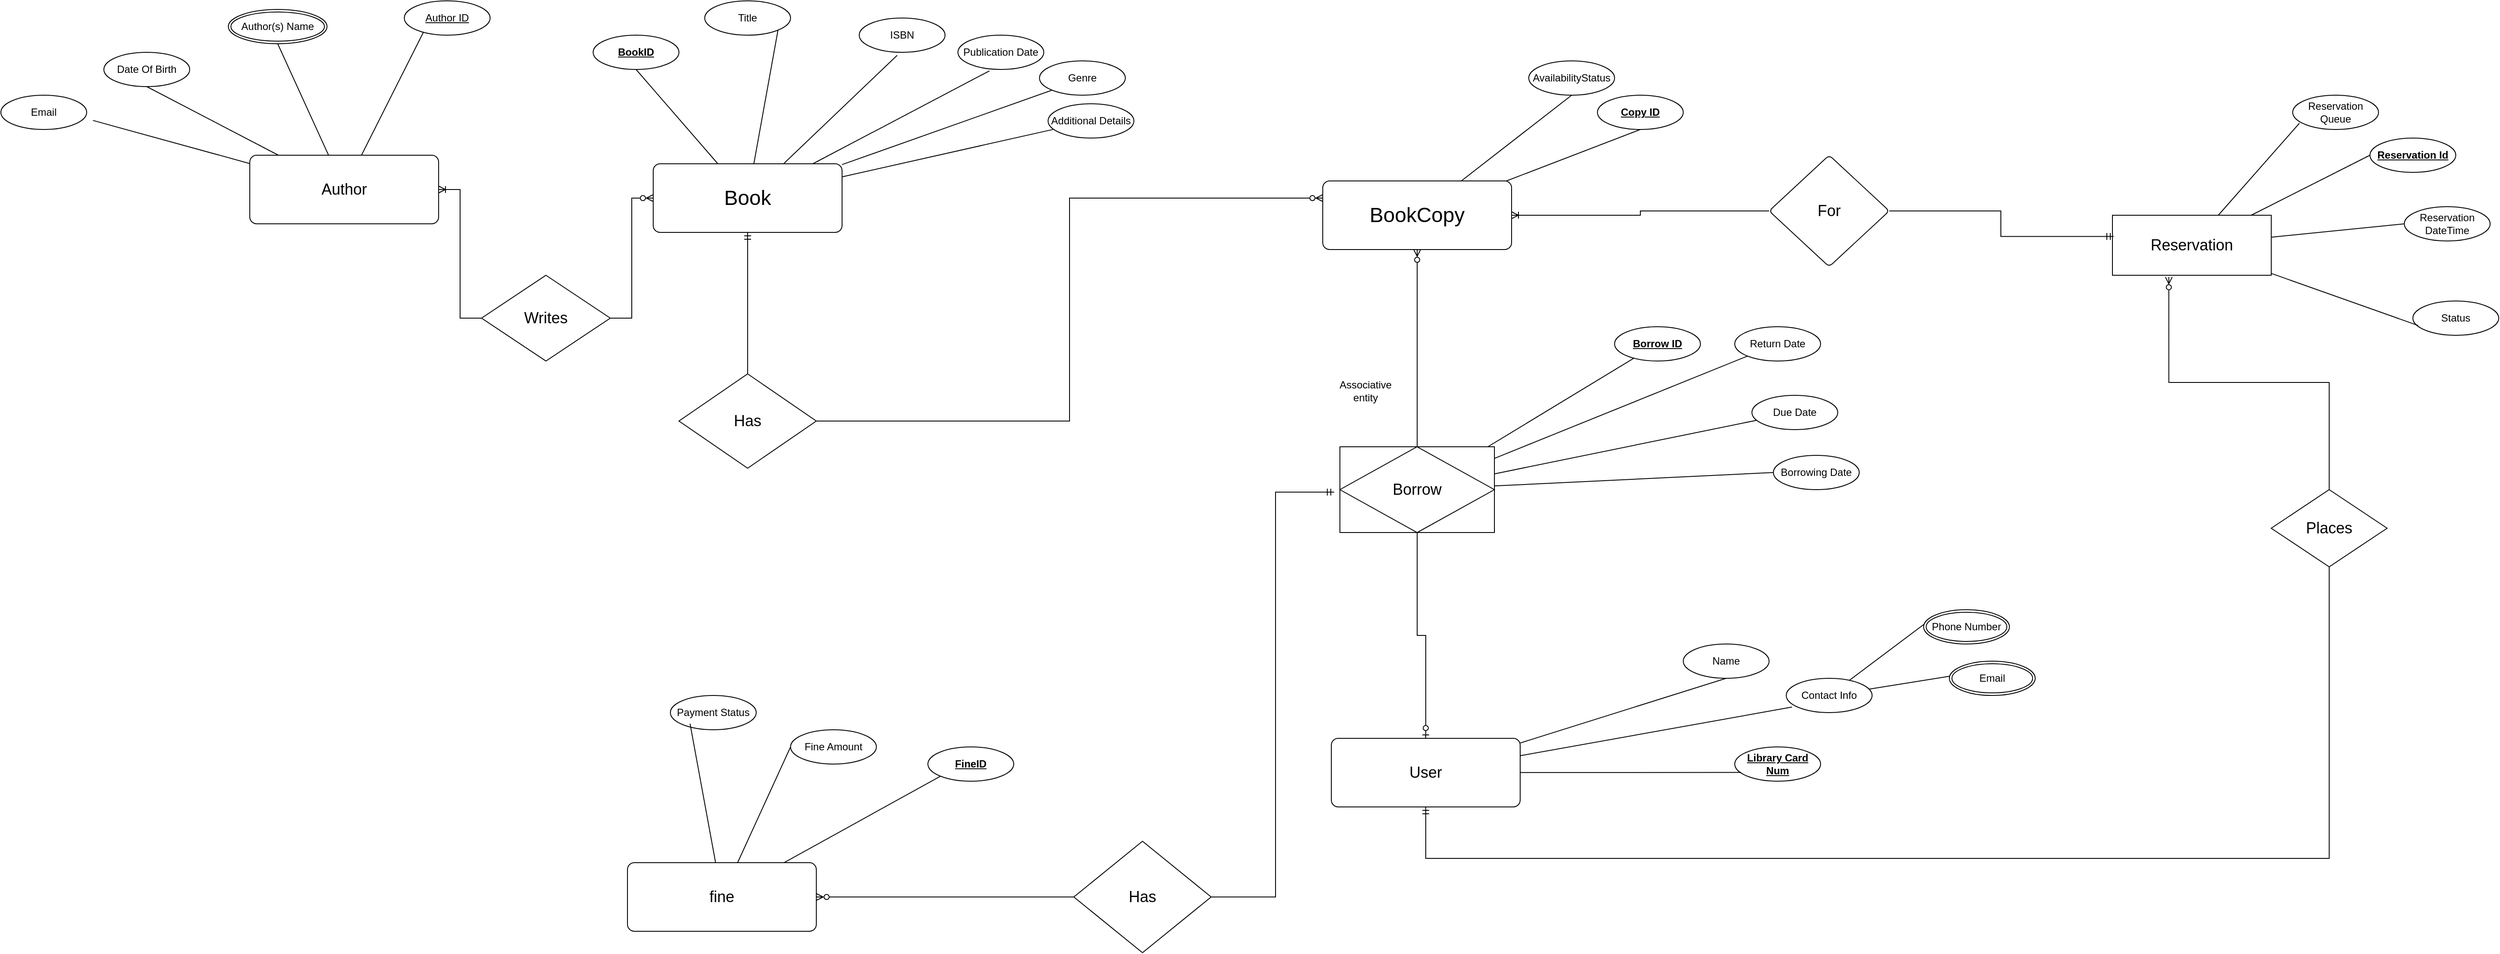
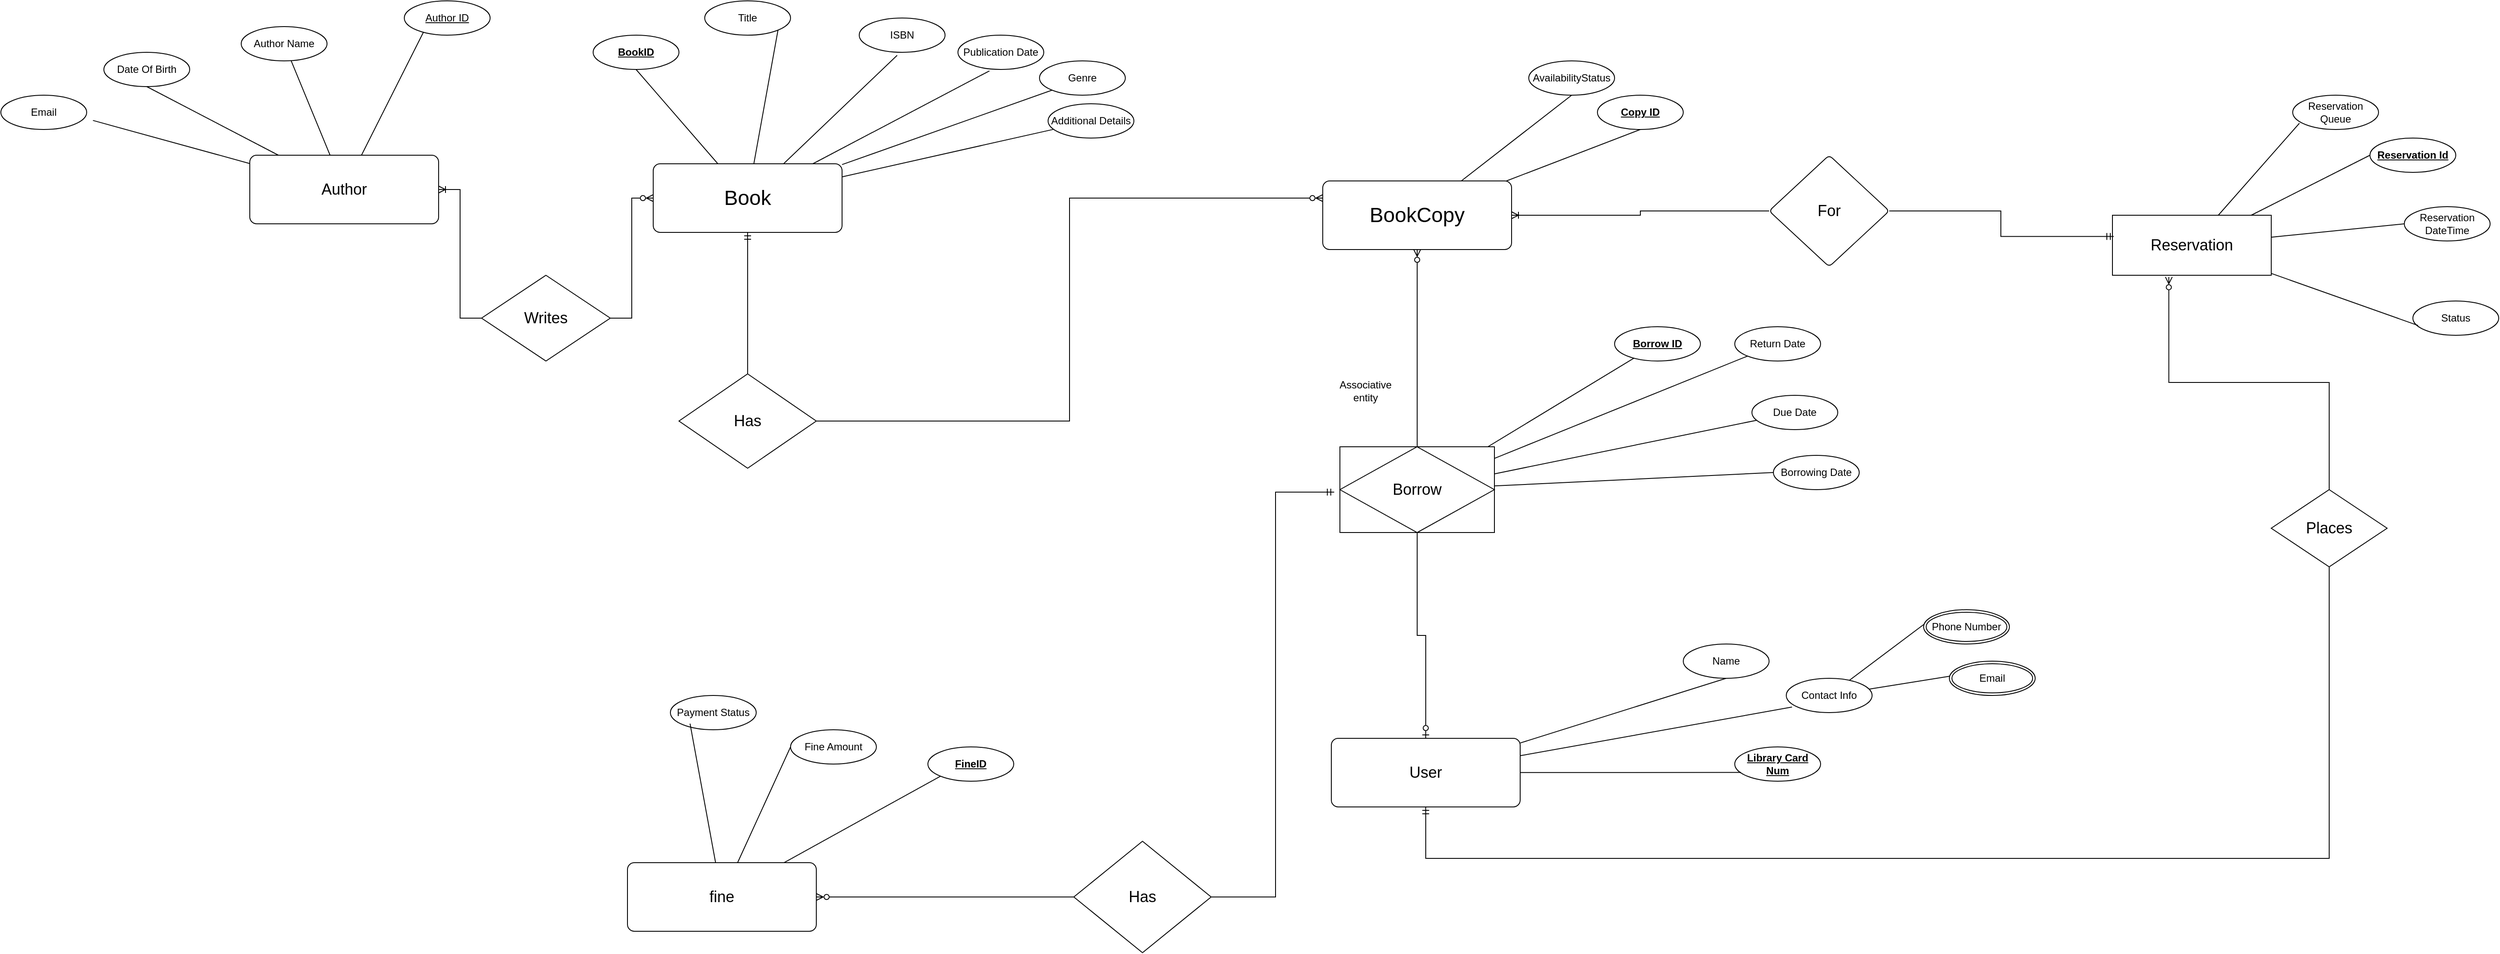
<mxfile host="app.diagrams.net">
  <diagram name="Page-1" id="B9Nwf9ZPLkXmfYra15Gt">
    <mxGraphModel dx="2298" dy="1789" grid="1" gridSize="10" guides="1" tooltips="1" connect="1" arrows="1" fold="1" page="1" pageScale="1" pageWidth="850" pageHeight="1100" math="0" shadow="0">
      <root>
        <mxCell id="0" />
        <mxCell id="1" parent="0" />
        <mxCell id="yqGJgnaFVJ7uCynHO3OM-8" edge="1" parent="1" source="yqGJgnaFVJ7uCynHO3OM-1" style="rounded=0;orthogonalLoop=1;jettySize=auto;html=1;entryX=0.5;entryY=1;entryDx=0;entryDy=0;endArrow=none;endFill=0;" target="yqGJgnaFVJ7uCynHO3OM-7">
          <mxGeometry relative="1" as="geometry" />
        </mxCell>
        <mxCell id="yqGJgnaFVJ7uCynHO3OM-9" edge="1" parent="1" source="yqGJgnaFVJ7uCynHO3OM-1" style="rounded=0;orthogonalLoop=1;jettySize=auto;html=1;entryX=1;entryY=1;entryDx=0;entryDy=0;endArrow=none;endFill=0;" target="yqGJgnaFVJ7uCynHO3OM-6">
          <mxGeometry relative="1" as="geometry" />
        </mxCell>
        <mxCell id="yqGJgnaFVJ7uCynHO3OM-14" edge="1" parent="1" source="yqGJgnaFVJ7uCynHO3OM-1" style="rounded=0;orthogonalLoop=1;jettySize=auto;html=1;entryX=0;entryY=1;entryDx=0;entryDy=0;endArrow=none;endFill=0;" target="yqGJgnaFVJ7uCynHO3OM-5">
          <mxGeometry relative="1" as="geometry" />
        </mxCell>
        <mxCell id="yqGJgnaFVJ7uCynHO3OM-16" edge="1" parent="1" source="yqGJgnaFVJ7uCynHO3OM-1" style="rounded=0;orthogonalLoop=1;jettySize=auto;html=1;endArrow=none;endFill=0;" target="yqGJgnaFVJ7uCynHO3OM-15">
          <mxGeometry relative="1" as="geometry" />
        </mxCell>
        <mxCell id="yqGJgnaFVJ7uCynHO3OM-65" edge="1" parent="1" source="yqGJgnaFVJ7uCynHO3OM-1" style="edgeStyle=orthogonalEdgeStyle;rounded=0;orthogonalLoop=1;jettySize=auto;html=1;startArrow=ERmandOne;startFill=0;endArrow=none;endFill=0;" target="yqGJgnaFVJ7uCynHO3OM-64">
          <mxGeometry relative="1" as="geometry" />
        </mxCell>
        <mxCell id="yqGJgnaFVJ7uCynHO3OM-1" parent="1" style="rounded=1;arcSize=10;whiteSpace=wrap;html=1;align=center;" value="&lt;font style=&quot;font-size: 24px;&quot;&gt;Book&lt;/font&gt;" vertex="1">
          <mxGeometry height="80" width="220" x="-30" y="110" as="geometry" />
        </mxCell>
+         <mxCell id="yqGJgnaFVJ7uCynHO3OM-2" parent="1" style="ellipse;whiteSpace=wrap;html=1;align=center;" value="Author Name" vertex="1">
+           <mxGeometry height="40" width="100" x="-510" y="-50" as="geometry" />
+         </mxCell>
        <mxCell id="yqGJgnaFVJ7uCynHO3OM-3" parent="1" style="ellipse;whiteSpace=wrap;html=1;align=center;" value="ISBN" vertex="1">
          <mxGeometry height="40" width="100" x="210" y="-60" as="geometry" />
        </mxCell>
        <mxCell id="yqGJgnaFVJ7uCynHO3OM-4" parent="1" style="ellipse;whiteSpace=wrap;html=1;align=center;" value="Publication Date" vertex="1">
          <mxGeometry height="40" width="100" x="325" y="-40" as="geometry" />
        </mxCell>
        <mxCell id="yqGJgnaFVJ7uCynHO3OM-5" parent="1" style="ellipse;whiteSpace=wrap;html=1;align=center;" value="Genre" vertex="1">
          <mxGeometry height="40" width="100" x="420" y="-10" as="geometry" />
        </mxCell>
        <mxCell id="yqGJgnaFVJ7uCynHO3OM-6" parent="1" style="ellipse;whiteSpace=wrap;html=1;align=center;" value="Title" vertex="1">
          <mxGeometry height="40" width="100" x="30" y="-80" as="geometry" />
        </mxCell>
        <mxCell id="yqGJgnaFVJ7uCynHO3OM-7" parent="1" style="ellipse;whiteSpace=wrap;html=1;align=center;" value="&lt;b&gt;&lt;u&gt;BookID&lt;/u&gt;&lt;/b&gt;" vertex="1">
          <mxGeometry height="40" width="100" x="-100" y="-40" as="geometry" />
        </mxCell>
        <mxCell id="yqGJgnaFVJ7uCynHO3OM-12" edge="1" parent="1" source="yqGJgnaFVJ7uCynHO3OM-1" style="rounded=0;orthogonalLoop=1;jettySize=auto;html=1;entryX=0.442;entryY=1.088;entryDx=0;entryDy=0;entryPerimeter=0;endArrow=none;endFill=0;" target="yqGJgnaFVJ7uCynHO3OM-3">
          <mxGeometry relative="1" as="geometry" />
        </mxCell>
        <mxCell id="yqGJgnaFVJ7uCynHO3OM-13" edge="1" parent="1" source="yqGJgnaFVJ7uCynHO3OM-1" style="rounded=0;orthogonalLoop=1;jettySize=auto;html=1;entryX=0.367;entryY=1.041;entryDx=0;entryDy=0;entryPerimeter=0;endArrow=none;endFill=0;" target="yqGJgnaFVJ7uCynHO3OM-4">
          <mxGeometry relative="1" as="geometry" />
        </mxCell>
        <mxCell id="yqGJgnaFVJ7uCynHO3OM-15" parent="1" style="ellipse;whiteSpace=wrap;html=1;align=center;" value="&lt;div&gt;Additional Details&lt;/div&gt;" vertex="1">
          <mxGeometry height="40" width="100" x="430" y="40" as="geometry" />
        </mxCell>
        <mxCell id="yqGJgnaFVJ7uCynHO3OM-19" edge="1" parent="1" source="yqGJgnaFVJ7uCynHO3OM-17" style="rounded=0;orthogonalLoop=1;jettySize=auto;html=1;entryX=0.5;entryY=1;entryDx=0;entryDy=0;endArrow=none;endFill=0;" target="yqGJgnaFVJ7uCynHO3OM-18">
          <mxGeometry relative="1" as="geometry" />
        </mxCell>
        <mxCell id="yqGJgnaFVJ7uCynHO3OM-21" edge="1" parent="1" source="yqGJgnaFVJ7uCynHO3OM-17" style="rounded=0;orthogonalLoop=1;jettySize=auto;html=1;entryX=0.5;entryY=1;entryDx=0;entryDy=0;endArrow=none;endFill=0;" target="yqGJgnaFVJ7uCynHO3OM-20">
          <mxGeometry relative="1" as="geometry" />
        </mxCell>
        <mxCell id="yqGJgnaFVJ7uCynHO3OM-77" edge="1" parent="1" source="yqGJgnaFVJ7uCynHO3OM-17" style="edgeStyle=orthogonalEdgeStyle;rounded=0;orthogonalLoop=1;jettySize=auto;html=1;endArrow=none;endFill=0;startArrow=ERoneToMany;startFill=0;" target="yqGJgnaFVJ7uCynHO3OM-76" value="">
          <mxGeometry relative="1" as="geometry" />
        </mxCell>
        <mxCell id="yqGJgnaFVJ7uCynHO3OM-17" parent="1" style="rounded=1;arcSize=10;whiteSpace=wrap;html=1;align=center;" value="&lt;font style=&quot;font-size: 24px;&quot;&gt;BookCopy&lt;/font&gt;" vertex="1">
          <mxGeometry height="80" width="220" x="750" y="130" as="geometry" />
        </mxCell>
        <mxCell id="yqGJgnaFVJ7uCynHO3OM-18" parent="1" style="ellipse;whiteSpace=wrap;html=1;align=center;" value="&lt;u&gt;&lt;b&gt;Copy ID&lt;/b&gt;&lt;/u&gt;" vertex="1">
          <mxGeometry height="40" width="100" x="1070" y="30" as="geometry" />
        </mxCell>
        <mxCell id="yqGJgnaFVJ7uCynHO3OM-20" parent="1" style="ellipse;whiteSpace=wrap;html=1;align=center;" value="&lt;div&gt;AvailabilityStatus &lt;/div&gt;" vertex="1">
          <mxGeometry height="40" width="100" x="990" y="-10" as="geometry" />
        </mxCell>
        <mxCell id="yqGJgnaFVJ7uCynHO3OM-24" edge="1" parent="1" source="yqGJgnaFVJ7uCynHO3OM-22" style="rounded=0;orthogonalLoop=1;jettySize=auto;html=1;entryX=0.5;entryY=1;entryDx=0;entryDy=0;endArrow=none;endFill=0;" target="yqGJgnaFVJ7uCynHO3OM-23">
          <mxGeometry relative="1" as="geometry" />
        </mxCell>
        <mxCell id="yqGJgnaFVJ7uCynHO3OM-62" edge="1" parent="1" source="yqGJgnaFVJ7uCynHO3OM-33" style="edgeStyle=orthogonalEdgeStyle;rounded=0;orthogonalLoop=1;jettySize=auto;html=1;entryX=1;entryY=0.5;entryDx=0;entryDy=0;endArrow=none;endFill=0;startArrow=ERmandOne;startFill=0;exitX=-0.037;exitY=0.529;exitDx=0;exitDy=0;exitPerimeter=0;" target="yqGJgnaFVJ7uCynHO3OM-61">
          <mxGeometry relative="1" as="geometry" />
        </mxCell>
        <mxCell id="yqGJgnaFVJ7uCynHO3OM-90" edge="1" parent="1" source="yqGJgnaFVJ7uCynHO3OM-22" style="edgeStyle=orthogonalEdgeStyle;rounded=0;orthogonalLoop=1;jettySize=auto;html=1;entryX=0.5;entryY=1;entryDx=0;entryDy=0;endArrow=none;endFill=0;startArrow=ERmandOne;startFill=0;" target="yqGJgnaFVJ7uCynHO3OM-89">
          <mxGeometry relative="1" as="geometry">
            <Array as="points">
              <mxPoint x="870" y="920" />
              <mxPoint x="1922.55" y="920" />
            </Array>
          </mxGeometry>
        </mxCell>
        <mxCell id="yqGJgnaFVJ7uCynHO3OM-22" parent="1" style="rounded=1;arcSize=10;whiteSpace=wrap;html=1;align=center;" value="&lt;font style=&quot;font-size: 18px;&quot;&gt;User&lt;/font&gt;" vertex="1">
          <mxGeometry height="80" width="220" x="760" y="780" as="geometry" />
        </mxCell>
        <mxCell id="yqGJgnaFVJ7uCynHO3OM-23" parent="1" style="ellipse;whiteSpace=wrap;html=1;align=center;" value="Name" vertex="1">
          <mxGeometry height="40" width="100" x="1170" y="670" as="geometry" />
        </mxCell>
        <mxCell id="yqGJgnaFVJ7uCynHO3OM-44" edge="1" parent="1" source="yqGJgnaFVJ7uCynHO3OM-26" style="rounded=0;orthogonalLoop=1;jettySize=auto;html=1;endArrow=none;endFill=0;entryX=0.005;entryY=0.425;entryDx=0;entryDy=0;entryPerimeter=0;" target="uUi9bw1wtk8PfAUnjRbH-2" value="">
          <mxGeometry relative="1" as="geometry">
            <mxPoint x="1419.6446614452443" y="658.2676115234988" as="targetPoint" />
          </mxGeometry>
        </mxCell>
        <mxCell id="yqGJgnaFVJ7uCynHO3OM-26" parent="1" style="ellipse;whiteSpace=wrap;html=1;align=center;" value="Contact Info" vertex="1">
          <mxGeometry height="40" width="100" x="1290" y="710" as="geometry" />
        </mxCell>
        <mxCell id="yqGJgnaFVJ7uCynHO3OM-29" edge="1" parent="1" source="yqGJgnaFVJ7uCynHO3OM-22" style="rounded=0;orthogonalLoop=1;jettySize=auto;html=1;entryX=0.067;entryY=0.838;entryDx=0;entryDy=0;entryPerimeter=0;endArrow=none;endFill=0;" target="yqGJgnaFVJ7uCynHO3OM-26">
          <mxGeometry relative="1" as="geometry" />
        </mxCell>
        <mxCell id="yqGJgnaFVJ7uCynHO3OM-30" parent="1" style="ellipse;whiteSpace=wrap;html=1;align=center;" value="&lt;u&gt;&lt;b&gt;Library Card Num&lt;/b&gt;&lt;/u&gt;" vertex="1">
          <mxGeometry height="40" width="100" x="1230" y="790" as="geometry" />
        </mxCell>
        <mxCell id="yqGJgnaFVJ7uCynHO3OM-31" edge="1" parent="1" source="yqGJgnaFVJ7uCynHO3OM-22" style="rounded=0;orthogonalLoop=1;jettySize=auto;html=1;entryX=0.073;entryY=0.744;entryDx=0;entryDy=0;entryPerimeter=0;endArrow=none;endFill=0;" target="yqGJgnaFVJ7uCynHO3OM-30">
          <mxGeometry relative="1" as="geometry" />
        </mxCell>
        <mxCell id="yqGJgnaFVJ7uCynHO3OM-48" edge="1" parent="1" source="yqGJgnaFVJ7uCynHO3OM-33" style="rounded=0;orthogonalLoop=1;jettySize=auto;html=1;endArrow=none;endFill=0;" target="yqGJgnaFVJ7uCynHO3OM-40">
          <mxGeometry relative="1" as="geometry" />
        </mxCell>
        <mxCell id="yqGJgnaFVJ7uCynHO3OM-49" edge="1" parent="1" source="yqGJgnaFVJ7uCynHO3OM-33" style="rounded=0;orthogonalLoop=1;jettySize=auto;html=1;endArrow=none;endFill=0;" target="yqGJgnaFVJ7uCynHO3OM-36">
          <mxGeometry relative="1" as="geometry" />
        </mxCell>
        <mxCell id="uUi9bw1wtk8PfAUnjRbH-9" edge="1" parent="1" source="yqGJgnaFVJ7uCynHO3OM-33" style="rounded=0;orthogonalLoop=1;jettySize=auto;html=1;endArrow=none;endFill=0;" target="uUi9bw1wtk8PfAUnjRbH-8">
          <mxGeometry relative="1" as="geometry" />
        </mxCell>
        <mxCell id="yqGJgnaFVJ7uCynHO3OM-33" parent="1" style="shape=associativeEntity;whiteSpace=wrap;html=1;align=center;" value="&lt;font style=&quot;font-size: 18px;&quot;&gt;Borrow&lt;/font&gt;" vertex="1">
          <mxGeometry height="100" width="180" x="770" y="440" as="geometry" />
        </mxCell>
        <mxCell id="yqGJgnaFVJ7uCynHO3OM-36" parent="1" style="ellipse;whiteSpace=wrap;html=1;align=center;" value="Return Date" vertex="1">
          <mxGeometry height="40" width="100" x="1230" y="300" as="geometry" />
        </mxCell>
        <mxCell id="yqGJgnaFVJ7uCynHO3OM-39" parent="1" style="ellipse;whiteSpace=wrap;html=1;align=center;" value="Borrowing Date" vertex="1">
          <mxGeometry height="40" width="100" x="1275" y="450" as="geometry" />
        </mxCell>
        <mxCell id="yqGJgnaFVJ7uCynHO3OM-40" parent="1" style="ellipse;whiteSpace=wrap;html=1;align=center;" value="Due Date" vertex="1">
          <mxGeometry height="40" width="100" x="1250" y="380" as="geometry" />
        </mxCell>
        <mxCell id="yqGJgnaFVJ7uCynHO3OM-46" edge="1" parent="1" source="yqGJgnaFVJ7uCynHO3OM-26" style="rounded=0;orthogonalLoop=1;jettySize=auto;html=1;entryX=0.063;entryY=0.415;entryDx=0;entryDy=0;entryPerimeter=0;endArrow=none;endFill=0;" target="uUi9bw1wtk8PfAUnjRbH-1">
          <mxGeometry relative="1" as="geometry">
            <mxPoint x="1509.1999999999998" y="696.6399999999999" as="targetPoint" />
          </mxGeometry>
        </mxCell>
        <mxCell id="yqGJgnaFVJ7uCynHO3OM-47" edge="1" parent="1" source="yqGJgnaFVJ7uCynHO3OM-33" style="rounded=0;orthogonalLoop=1;jettySize=auto;html=1;entryX=0;entryY=0.5;entryDx=0;entryDy=0;endArrow=none;endFill=0;" target="yqGJgnaFVJ7uCynHO3OM-39">
          <mxGeometry relative="1" as="geometry" />
        </mxCell>
        <mxCell id="yqGJgnaFVJ7uCynHO3OM-54" edge="1" parent="1" source="yqGJgnaFVJ7uCynHO3OM-50" style="rounded=0;orthogonalLoop=1;jettySize=auto;html=1;entryX=0;entryY=0.5;entryDx=0;entryDy=0;endArrow=none;endFill=0;" target="yqGJgnaFVJ7uCynHO3OM-53">
          <mxGeometry relative="1" as="geometry" />
        </mxCell>
        <mxCell id="yqGJgnaFVJ7uCynHO3OM-87" edge="1" parent="1" source="yqGJgnaFVJ7uCynHO3OM-50" style="rounded=0;orthogonalLoop=1;jettySize=auto;html=1;entryX=0;entryY=1;entryDx=0;entryDy=0;endArrow=none;endFill=0;" target="yqGJgnaFVJ7uCynHO3OM-86">
          <mxGeometry relative="1" as="geometry" />
        </mxCell>
        <mxCell id="yqGJgnaFVJ7uCynHO3OM-50" parent="1" style="rounded=1;arcSize=10;whiteSpace=wrap;html=1;align=center;" value="&lt;font style=&quot;font-size: 18px;&quot;&gt;fine&lt;/font&gt;" vertex="1">
          <mxGeometry height="80" width="220" x="-60" y="925" as="geometry" />
        </mxCell>
        <mxCell id="yqGJgnaFVJ7uCynHO3OM-51" parent="1" style="ellipse;whiteSpace=wrap;html=1;align=center;" value="Payment Status" vertex="1">
          <mxGeometry height="40" width="100" x="-10" y="730" as="geometry" />
        </mxCell>
        <mxCell id="yqGJgnaFVJ7uCynHO3OM-52" edge="1" parent="1" source="yqGJgnaFVJ7uCynHO3OM-50" style="rounded=0;orthogonalLoop=1;jettySize=auto;html=1;entryX=0.229;entryY=0.822;entryDx=0;entryDy=0;entryPerimeter=0;endArrow=none;endFill=0;" target="yqGJgnaFVJ7uCynHO3OM-51">
          <mxGeometry relative="1" as="geometry" />
        </mxCell>
        <mxCell id="yqGJgnaFVJ7uCynHO3OM-53" parent="1" style="ellipse;whiteSpace=wrap;html=1;align=center;" value="Fine Amount" vertex="1">
          <mxGeometry height="40" width="100" x="130" y="770" as="geometry" />
        </mxCell>
        <mxCell id="yqGJgnaFVJ7uCynHO3OM-57" edge="1" parent="1" source="yqGJgnaFVJ7uCynHO3OM-22" style="edgeStyle=orthogonalEdgeStyle;rounded=0;orthogonalLoop=1;jettySize=auto;html=1;entryX=0.5;entryY=1;entryDx=0;entryDy=0;endArrow=none;endFill=0;startArrow=ERzeroToOne;startFill=0;" target="yqGJgnaFVJ7uCynHO3OM-33">
          <mxGeometry relative="1" as="geometry" />
        </mxCell>
        <mxCell id="yqGJgnaFVJ7uCynHO3OM-59" edge="1" parent="1" source="yqGJgnaFVJ7uCynHO3OM-17" style="edgeStyle=orthogonalEdgeStyle;rounded=0;orthogonalLoop=1;jettySize=auto;html=1;entryX=0.5;entryY=0;entryDx=0;entryDy=0;endArrow=none;endFill=0;startArrow=ERzeroToMany;startFill=0;" target="yqGJgnaFVJ7uCynHO3OM-33">
          <mxGeometry relative="1" as="geometry" />
        </mxCell>
        <mxCell id="yqGJgnaFVJ7uCynHO3OM-63" edge="1" parent="1" source="yqGJgnaFVJ7uCynHO3OM-61" style="edgeStyle=orthogonalEdgeStyle;rounded=0;orthogonalLoop=1;jettySize=auto;html=1;entryX=1;entryY=0.5;entryDx=0;entryDy=0;endArrow=ERzeroToMany;endFill=0;startArrow=none;startFill=0;" target="yqGJgnaFVJ7uCynHO3OM-50">
          <mxGeometry relative="1" as="geometry" />
        </mxCell>
        <mxCell id="yqGJgnaFVJ7uCynHO3OM-61" parent="1" style="shape=rhombus;perimeter=rhombusPerimeter;whiteSpace=wrap;html=1;align=center;" value="&lt;font style=&quot;font-size: 18px;&quot;&gt;Has&lt;/font&gt;" vertex="1">
          <mxGeometry height="130" width="160" x="460" y="900" as="geometry" />
        </mxCell>
        <mxCell id="yqGJgnaFVJ7uCynHO3OM-66" edge="1" parent="1" source="yqGJgnaFVJ7uCynHO3OM-64" style="edgeStyle=orthogonalEdgeStyle;rounded=0;orthogonalLoop=1;jettySize=auto;html=1;entryX=0;entryY=0.25;entryDx=0;entryDy=0;endArrow=ERzeroToMany;endFill=0;" target="yqGJgnaFVJ7uCynHO3OM-17">
          <mxGeometry relative="1" as="geometry" />
        </mxCell>
        <mxCell id="yqGJgnaFVJ7uCynHO3OM-64" parent="1" style="shape=rhombus;perimeter=rhombusPerimeter;whiteSpace=wrap;html=1;align=center;" value="&lt;font style=&quot;font-size: 18px;&quot;&gt;Has&lt;/font&gt;" vertex="1">
          <mxGeometry height="110" width="160" y="355" as="geometry" />
        </mxCell>
        <mxCell id="yqGJgnaFVJ7uCynHO3OM-70" edge="1" parent="1" source="yqGJgnaFVJ7uCynHO3OM-68" style="rounded=0;orthogonalLoop=1;jettySize=auto;html=1;entryX=0;entryY=0.5;entryDx=0;entryDy=0;endArrow=none;endFill=0;" target="yqGJgnaFVJ7uCynHO3OM-69">
          <mxGeometry relative="1" as="geometry" />
        </mxCell>
        <mxCell id="yqGJgnaFVJ7uCynHO3OM-68" parent="1" style="whiteSpace=wrap;html=1;" value="&lt;font style=&quot;font-size: 18px;&quot;&gt;Reservation&lt;/font&gt;" vertex="1">
          <mxGeometry height="70" width="185" x="1670" y="170" as="geometry" />
        </mxCell>
        <mxCell id="yqGJgnaFVJ7uCynHO3OM-69" parent="1" style="ellipse;whiteSpace=wrap;html=1;align=center;" value="&lt;b&gt;&lt;u&gt;Reservation Id&lt;/u&gt;&lt;/b&gt;" vertex="1">
          <mxGeometry height="40" width="100" x="1970" y="80" as="geometry" />
        </mxCell>
        <mxCell id="yqGJgnaFVJ7uCynHO3OM-71" parent="1" style="ellipse;whiteSpace=wrap;html=1;align=center;" value="Reservation DateTime" vertex="1">
          <mxGeometry height="40" width="100" x="2010" y="160" as="geometry" />
        </mxCell>
        <mxCell id="yqGJgnaFVJ7uCynHO3OM-72" edge="1" parent="1" source="yqGJgnaFVJ7uCynHO3OM-68" style="rounded=0;orthogonalLoop=1;jettySize=auto;html=1;entryX=0;entryY=0.5;entryDx=0;entryDy=0;endArrow=none;endFill=0;" target="yqGJgnaFVJ7uCynHO3OM-71">
          <mxGeometry relative="1" as="geometry" />
        </mxCell>
        <mxCell id="yqGJgnaFVJ7uCynHO3OM-74" parent="1" style="ellipse;whiteSpace=wrap;html=1;align=center;" value="Status" vertex="1">
          <mxGeometry height="40" width="100" x="2020" y="270" as="geometry" />
        </mxCell>
        <mxCell id="yqGJgnaFVJ7uCynHO3OM-75" edge="1" parent="1" source="yqGJgnaFVJ7uCynHO3OM-68" style="rounded=0;orthogonalLoop=1;jettySize=auto;html=1;entryX=0.061;entryY=0.714;entryDx=0;entryDy=0;entryPerimeter=0;endArrow=none;endFill=0;" target="yqGJgnaFVJ7uCynHO3OM-74">
          <mxGeometry relative="1" as="geometry" />
        </mxCell>
        <mxCell id="yqGJgnaFVJ7uCynHO3OM-76" parent="1" style="rhombus;whiteSpace=wrap;html=1;rounded=1;arcSize=10;" value="&lt;font style=&quot;font-size: 18px;&quot;&gt;For&lt;/font&gt;" vertex="1">
          <mxGeometry height="130" width="140" x="1270" y="100" as="geometry" />
        </mxCell>
        <mxCell id="yqGJgnaFVJ7uCynHO3OM-78" edge="1" parent="1" source="yqGJgnaFVJ7uCynHO3OM-76" style="edgeStyle=orthogonalEdgeStyle;rounded=0;orthogonalLoop=1;jettySize=auto;html=1;entryX=0.008;entryY=0.353;entryDx=0;entryDy=0;entryPerimeter=0;endArrow=ERmandOne;endFill=0;" target="yqGJgnaFVJ7uCynHO3OM-68">
          <mxGeometry relative="1" as="geometry" />
        </mxCell>
-         <mxCell id="yqGJgnaFVJ7uCynHO3OM-80" edge="1" parent="1" source="yqGJgnaFVJ7uCynHO3OM-79" style="rounded=0;orthogonalLoop=1;jettySize=auto;html=1;endArrow=none;endFill=0;entryX=0.5;entryY=1;entryDx=0;entryDy=0;" target="uUi9bw1wtk8PfAUnjRbH-16">
-           <mxGeometry relative="1" as="geometry">
-             <mxPoint x="-451.8741869893429" y="-10.26588268840419" as="targetPoint" />
-           </mxGeometry>
+         <mxCell id="yqGJgnaFVJ7uCynHO3OM-80" edge="1" parent="1" source="yqGJgnaFVJ7uCynHO3OM-79" style="rounded=0;orthogonalLoop=1;jettySize=auto;html=1;endArrow=none;endFill=0;" target="yqGJgnaFVJ7uCynHO3OM-2">
+           <mxGeometry relative="1" as="geometry" />
        </mxCell>
        <mxCell id="yqGJgnaFVJ7uCynHO3OM-84" edge="1" parent="1" source="yqGJgnaFVJ7uCynHO3OM-79" style="edgeStyle=orthogonalEdgeStyle;rounded=0;orthogonalLoop=1;jettySize=auto;html=1;entryX=0;entryY=0.5;entryDx=0;entryDy=0;endArrow=none;endFill=0;startArrow=ERoneToMany;startFill=0;" target="yqGJgnaFVJ7uCynHO3OM-83">
          <mxGeometry relative="1" as="geometry" />
        </mxCell>
        <mxCell id="uUi9bw1wtk8PfAUnjRbH-12" edge="1" parent="1" source="yqGJgnaFVJ7uCynHO3OM-79" style="rounded=0;orthogonalLoop=1;jettySize=auto;html=1;entryX=0.5;entryY=1;entryDx=0;entryDy=0;endArrow=none;endFill=0;" target="uUi9bw1wtk8PfAUnjRbH-11">
          <mxGeometry relative="1" as="geometry" />
        </mxCell>
        <mxCell id="yqGJgnaFVJ7uCynHO3OM-79" parent="1" style="rounded=1;arcSize=10;whiteSpace=wrap;html=1;align=center;" value="&lt;font style=&quot;font-size: 18px;&quot;&gt;Author&lt;/font&gt;" vertex="1">
          <mxGeometry height="80" width="220" x="-500" y="100" as="geometry" />
        </mxCell>
        <mxCell id="yqGJgnaFVJ7uCynHO3OM-81" parent="1" style="ellipse;whiteSpace=wrap;html=1;align=center;" value="&lt;u&gt;Author ID&lt;/u&gt;" vertex="1">
          <mxGeometry height="40" width="100" x="-320" y="-80" as="geometry" />
        </mxCell>
        <mxCell id="yqGJgnaFVJ7uCynHO3OM-82" edge="1" parent="1" source="yqGJgnaFVJ7uCynHO3OM-79" style="rounded=0;orthogonalLoop=1;jettySize=auto;html=1;entryX=0.222;entryY=0.918;entryDx=0;entryDy=0;entryPerimeter=0;endArrow=none;endFill=0;" target="yqGJgnaFVJ7uCynHO3OM-81">
          <mxGeometry relative="1" as="geometry" />
        </mxCell>
        <mxCell id="yqGJgnaFVJ7uCynHO3OM-85" edge="1" parent="1" source="yqGJgnaFVJ7uCynHO3OM-83" style="edgeStyle=orthogonalEdgeStyle;rounded=0;orthogonalLoop=1;jettySize=auto;html=1;entryX=0;entryY=0.5;entryDx=0;entryDy=0;endArrow=ERzeroToMany;endFill=0;" target="yqGJgnaFVJ7uCynHO3OM-1">
          <mxGeometry relative="1" as="geometry" />
        </mxCell>
        <mxCell id="yqGJgnaFVJ7uCynHO3OM-83" parent="1" style="shape=rhombus;perimeter=rhombusPerimeter;whiteSpace=wrap;html=1;align=center;" value="&lt;font style=&quot;font-size: 18px;&quot;&gt;Writes&lt;/font&gt;" vertex="1">
          <mxGeometry height="100" width="150" x="-230" y="240" as="geometry" />
        </mxCell>
        <mxCell id="yqGJgnaFVJ7uCynHO3OM-86" parent="1" style="ellipse;whiteSpace=wrap;html=1;align=center;" value="&lt;b&gt;&lt;u&gt;FineID&lt;/u&gt;&lt;/b&gt;" vertex="1">
          <mxGeometry height="40" width="100" x="290" y="790" as="geometry" />
        </mxCell>
        <mxCell id="yqGJgnaFVJ7uCynHO3OM-89" parent="1" style="shape=rhombus;perimeter=rhombusPerimeter;whiteSpace=wrap;html=1;align=center;" value="&lt;font style=&quot;font-size: 18px;&quot;&gt;Places&lt;/font&gt;" vertex="1">
          <mxGeometry height="90" width="135" x="1855" y="490" as="geometry" />
        </mxCell>
        <mxCell id="yqGJgnaFVJ7uCynHO3OM-91" edge="1" parent="1" source="yqGJgnaFVJ7uCynHO3OM-89" style="edgeStyle=orthogonalEdgeStyle;rounded=0;orthogonalLoop=1;jettySize=auto;html=1;entryX=0.355;entryY=1.028;entryDx=0;entryDy=0;entryPerimeter=0;endArrow=ERzeroToMany;endFill=0;startArrow=none;startFill=0;" target="yqGJgnaFVJ7uCynHO3OM-68">
          <mxGeometry relative="1" as="geometry" />
        </mxCell>
        <mxCell id="uUi9bw1wtk8PfAUnjRbH-1" parent="1" style="ellipse;shape=doubleEllipse;margin=3;whiteSpace=wrap;html=1;align=center;" value="Email" vertex="1">
          <mxGeometry height="40" width="100" x="1480" y="690" as="geometry" />
        </mxCell>
        <mxCell id="uUi9bw1wtk8PfAUnjRbH-2" parent="1" style="ellipse;shape=doubleEllipse;margin=3;whiteSpace=wrap;html=1;align=center;" value="Phone Number" vertex="1">
          <mxGeometry height="40" width="100" x="1450" y="630" as="geometry" />
        </mxCell>
        <mxCell id="uUi9bw1wtk8PfAUnjRbH-3" parent="1" style="ellipse;whiteSpace=wrap;html=1;align=center;" value="Reservation Queue" vertex="1">
          <mxGeometry height="40" width="100" x="1880" y="30" as="geometry" />
        </mxCell>
        <mxCell id="uUi9bw1wtk8PfAUnjRbH-4" edge="1" parent="1" source="yqGJgnaFVJ7uCynHO3OM-68" style="rounded=0;orthogonalLoop=1;jettySize=auto;html=1;entryX=0.078;entryY=0.819;entryDx=0;entryDy=0;entryPerimeter=0;endArrow=none;endFill=0;" target="uUi9bw1wtk8PfAUnjRbH-3">
          <mxGeometry relative="1" as="geometry" />
        </mxCell>
        <mxCell id="uUi9bw1wtk8PfAUnjRbH-8" parent="1" style="ellipse;whiteSpace=wrap;html=1;align=center;" value="&lt;b&gt;&lt;u&gt;Borrow ID&lt;/u&gt;&lt;/b&gt;" vertex="1">
          <mxGeometry height="40" width="100" x="1090" y="300" as="geometry" />
        </mxCell>
        <mxCell id="uUi9bw1wtk8PfAUnjRbH-10" parent="1" style="text;html=1;whiteSpace=wrap;strokeColor=none;fillColor=none;align=center;verticalAlign=middle;rounded=0;" value="Associative entity" vertex="1">
          <mxGeometry height="30" width="60" x="770" y="360" as="geometry" />
        </mxCell>
        <mxCell id="uUi9bw1wtk8PfAUnjRbH-11" parent="1" style="ellipse;whiteSpace=wrap;html=1;align=center;" value="Date Of Birth" vertex="1">
          <mxGeometry height="40" width="100" x="-670" y="-20" as="geometry" />
        </mxCell>
        <mxCell id="uUi9bw1wtk8PfAUnjRbH-13" parent="1" style="ellipse;whiteSpace=wrap;html=1;align=center;" value="Email" vertex="1">
          <mxGeometry height="40" width="100" x="-790" y="30" as="geometry" />
        </mxCell>
        <mxCell id="uUi9bw1wtk8PfAUnjRbH-14" edge="1" parent="1" source="yqGJgnaFVJ7uCynHO3OM-79" style="rounded=0;orthogonalLoop=1;jettySize=auto;html=1;entryX=1.073;entryY=0.736;entryDx=0;entryDy=0;entryPerimeter=0;endArrow=none;endFill=0;" target="uUi9bw1wtk8PfAUnjRbH-13">
          <mxGeometry relative="1" as="geometry" />
-         </mxCell>
-         <mxCell id="uUi9bw1wtk8PfAUnjRbH-16" parent="1" style="ellipse;shape=doubleEllipse;margin=3;whiteSpace=wrap;html=1;align=center;" value="Author(s) Name" vertex="1">
-           <mxGeometry height="40" width="115" x="-525" y="-70" as="geometry" />
        </mxCell>
      </root>
    </mxGraphModel>
  </diagram>
</mxfile>
